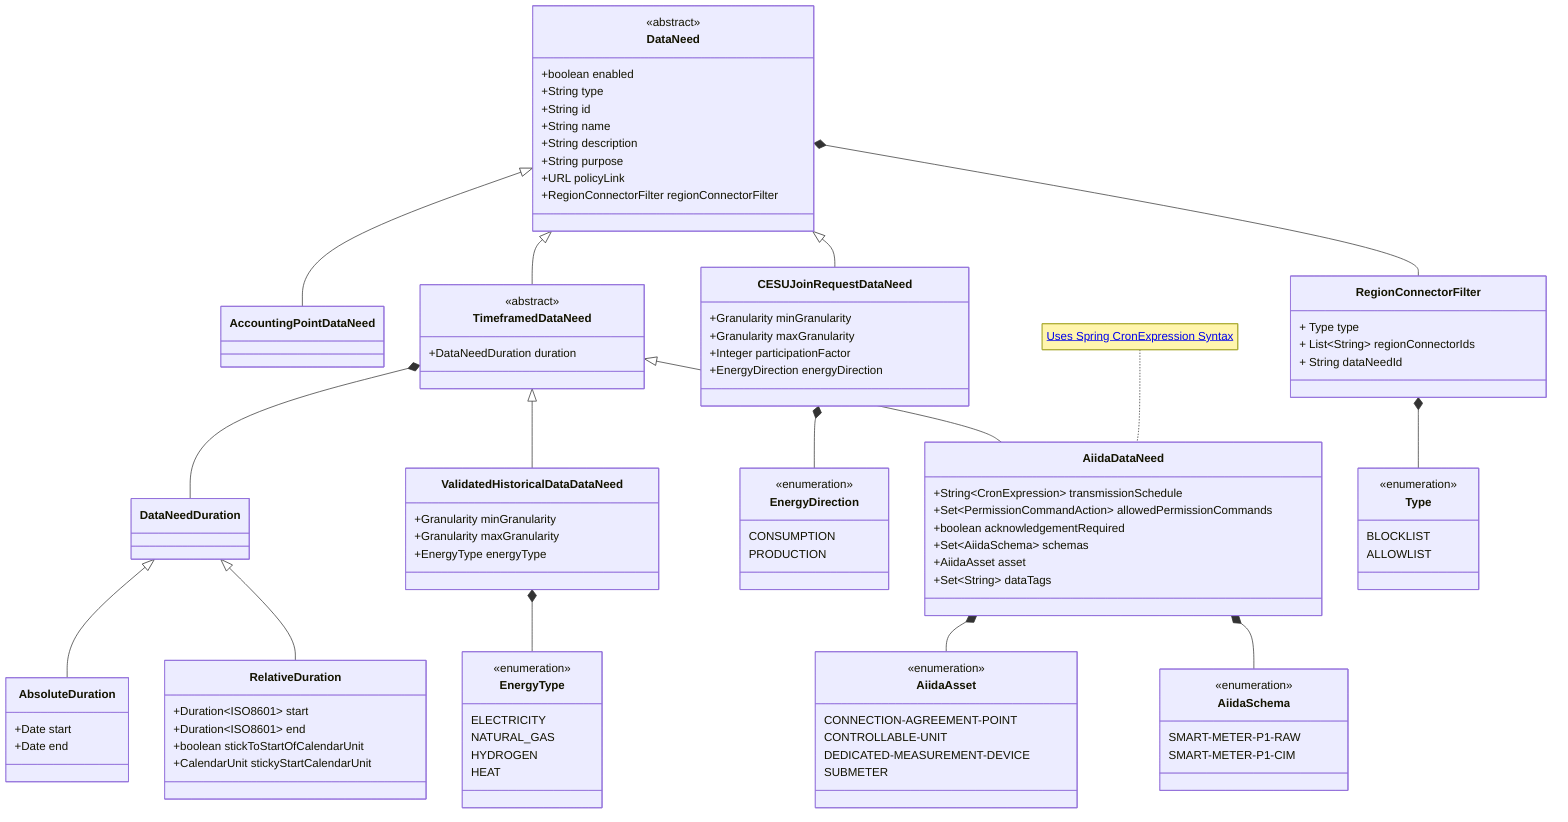
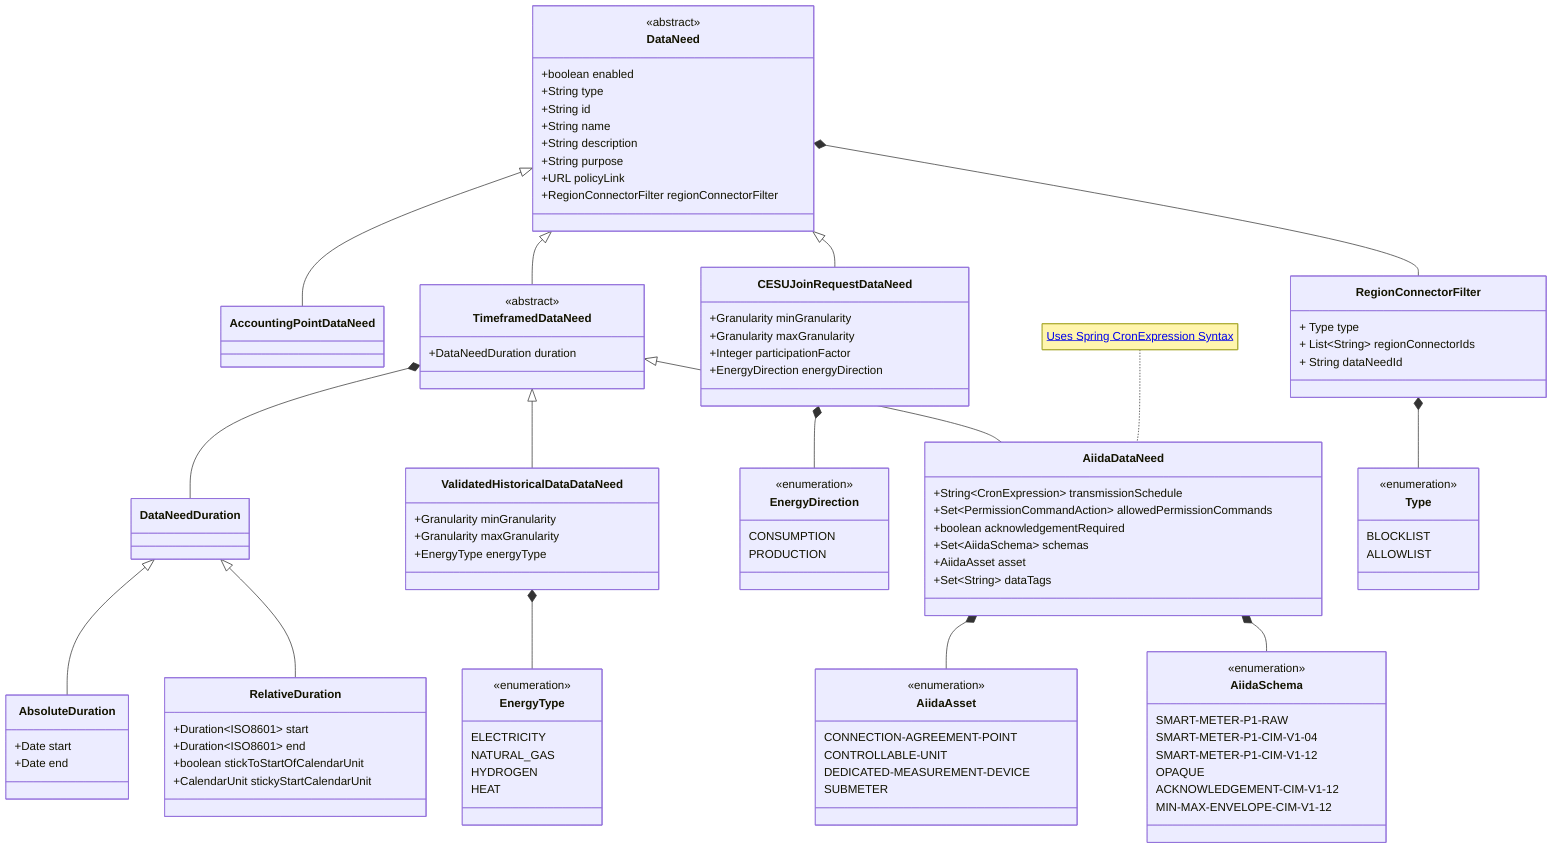
%% SPDX-FileCopyrightText: 2025 The EDDIE Developers <eddie.developers@fh-hagenberg.at>
%% SPDX-License-Identifier: Apache-2.0
classDiagram
    class DataNeed {
        <<abstract>>
        +boolean enabled
        +String type
        +String id
        +String name
        +String description
        +String purpose
        +URL policyLink
        +RegionConnectorFilter regionConnectorFilter
    }

    class AccountingPointDataNeed

    class TimeframedDataNeed {
        <<abstract>>
        +DataNeedDuration duration
    }

    class ValidatedHistoricalDataDataNeed {
        +Granularity minGranularity
        +Granularity maxGranularity
        +EnergyType energyType
    }

    class AiidaDataNeed {
        +String~CronExpression~ transmissionSchedule
        +Set~PermissionCommandAction~ allowedPermissionCommands
        +boolean acknowledgementRequired
        +Set~AiidaSchema~ schemas
        +AiidaAsset asset
        +Set~String~ dataTags
    }
    note for AiidaDataNeed "<a href='https://docs.spring.io/spring-framework/docs/current/javadoc-api/org/springframework/scheduling/support/CronExpression.html'>Uses Spring CronExpression Syntax</a>"

    class CESUJoinRequestDataNeed {
        +Granularity minGranularity
        +Granularity maxGranularity
        +Integer participationFactor
        +EnergyDirection energyDirection
    }
    class EnergyDirection {
        <<enumeration>>
        CONSUMPTION
        PRODUCTION
    }

    class EnergyType {
        <<enumeration>>
        ELECTRICITY
        NATURAL_GAS
        HYDROGEN
        HEAT
    }

    class AiidaSchema {
        <<enumeration>>
        SMART-METER-P1-RAW
-         SMART-METER-P1-CIM
+         SMART-METER-P1-CIM-V1-04
+         SMART-METER-P1-CIM-V1-12
+         OPAQUE
+         ACKNOWLEDGEMENT-CIM-V1-12
+         MIN-MAX-ENVELOPE-CIM-V1-12
    }

    class AiidaAsset {
        <<enumeration>>
        CONNECTION-AGREEMENT-POINT
        CONTROLLABLE-UNIT
        DEDICATED-MEASUREMENT-DEVICE
        SUBMETER
    }

    class DataNeedDuration

    class RelativeDuration {
        +Duration~ISO8601~ start
        +Duration~ISO8601~ end
        +boolean stickToStartOfCalendarUnit
        +CalendarUnit stickyStartCalendarUnit
    }

    class AbsoluteDuration {
        +Date start
        +Date end
    }
    class RegionConnectorFilter {
        + Type type
        + List~String~ regionConnectorIds
        + String dataNeedId
    }
    class Type {
        <<enumeration>>
        BLOCKLIST
        ALLOWLIST
    }

    DataNeed <|-- AccountingPointDataNeed
    DataNeed <|-- TimeframedDataNeed
    TimeframedDataNeed *-- DataNeedDuration
    TimeframedDataNeed <|-- ValidatedHistoricalDataDataNeed
    ValidatedHistoricalDataDataNeed *-- EnergyType
    DataNeedDuration <|-- AbsoluteDuration
    DataNeedDuration <|-- RelativeDuration
    AiidaDataNeed *-- AiidaAsset
    AiidaDataNeed *-- AiidaSchema
    TimeframedDataNeed <|-- AiidaDataNeed
    DataNeed <|-- CESUJoinRequestDataNeed
    CESUJoinRequestDataNeed *-- EnergyDirection
    DataNeed *-- RegionConnectorFilter
    RegionConnectorFilter *-- Type
